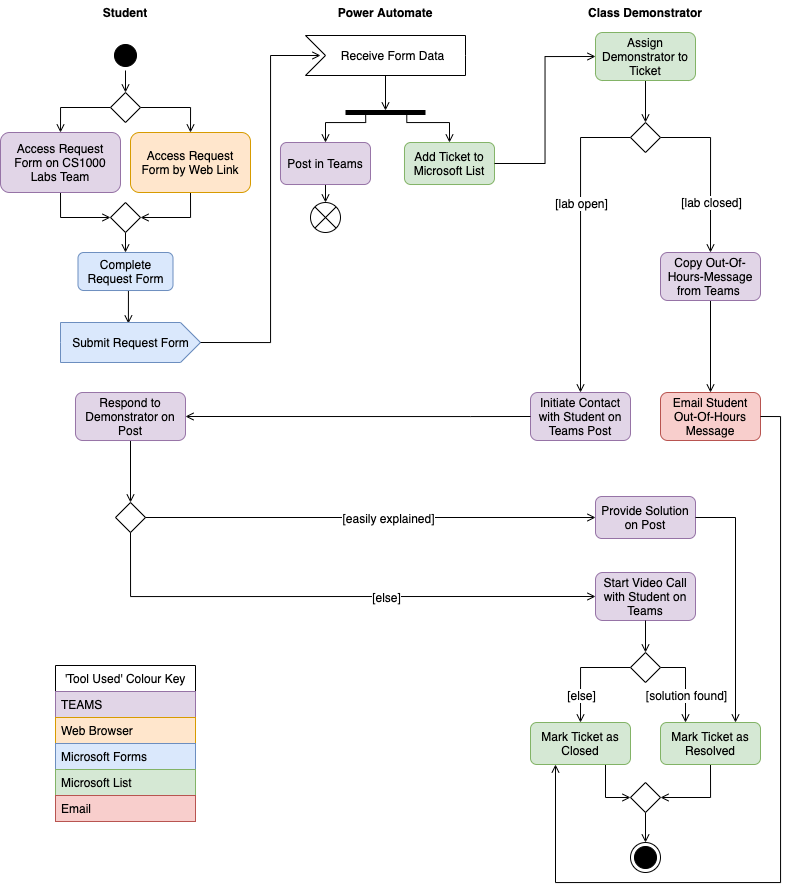
The draw.io diagram 2context/images/activityRevised.png in mrjackmclean/managingLabsWriteUp, before a commit. Source tidied: cells renumbered, new cells last; positions are measured from the earlier drawing's top-left corner, leaving out a move shared by most shapes. Source of this version:
```xml
<mxGraphModel background="#ffffff">
  <root>
    <mxCell id="0" />
    <mxCell id="1" parent="0" />
    <mxCell id="2" value="Student" style="swimlane;whiteSpace=wrap;strokeColor=none;fontSize=12;" parent="1" vertex="1">
      <mxGeometry width="250" height="642" as="geometry" />
    </mxCell>
    <mxCell id="3" style="edgeStyle=orthogonalEdgeStyle;rounded=0;jettySize=auto;html=1;exitX=0.5;exitY=1;exitDx=0;exitDy=0;entryX=0.5;entryY=0;entryDx=0;entryDy=0;endArrow=open;endFill=0;fontSize=12;" parent="2" edge="1" source="4" target="7">
      <mxGeometry relative="1" as="geometry" />
    </mxCell>
    <mxCell id="4" style="ellipse;shape=startState;fillColor=#000000;fontSize=12;" parent="2" vertex="1">
      <mxGeometry x="110" y="40" width="30" height="30" as="geometry" />
    </mxCell>
    <mxCell id="5" style="edgeStyle=orthogonalEdgeStyle;rounded=0;jettySize=auto;html=1;exitX=0;exitY=0.5;exitDx=0;exitDy=0;entryX=0.5;entryY=0;entryDx=0;entryDy=0;endArrow=open;endFill=0;fontSize=12;" parent="2" edge="1" source="7" target="11">
      <mxGeometry relative="1" as="geometry" />
    </mxCell>
    <mxCell id="6" style="edgeStyle=orthogonalEdgeStyle;rounded=0;jettySize=auto;html=1;exitX=1;exitY=0.5;exitDx=0;exitDy=0;entryX=0.5;entryY=0;entryDx=0;entryDy=0;endArrow=open;endFill=0;fontSize=12;" parent="2" edge="1" source="7" target="13">
      <mxGeometry relative="1" as="geometry" />
    </mxCell>
    <mxCell id="7" style="rhombus;fontSize=12;" parent="2" vertex="1">
      <mxGeometry x="110" y="92" width="30" height="30" as="geometry" />
    </mxCell>
    <mxCell id="8" style="edgeStyle=orthogonalEdgeStyle;rounded=0;jettySize=auto;html=1;exitX=0.5;exitY=1;exitDx=0;exitDy=0;entryX=0.485;entryY=0.025;entryDx=0;entryDy=0;entryPerimeter=0;endArrow=open;endFill=0;fontSize=12;" parent="2" edge="1" source="9" target="16">
      <mxGeometry relative="1" as="geometry" />
    </mxCell>
    <mxCell id="9" value="Complete Request Form" style="rounded=1;whiteSpace=wrap;html=1;strokeColor=#6c8ebf;fontSize=12;fillColor=#dae8fc;" parent="2" vertex="1">
      <mxGeometry x="77.5" y="252" width="95" height="38" as="geometry" />
    </mxCell>
    <mxCell id="10" style="edgeStyle=orthogonalEdgeStyle;rounded=0;jettySize=auto;html=1;exitX=0.5;exitY=1;exitDx=0;exitDy=0;entryX=0;entryY=0.5;entryDx=0;entryDy=0;endArrow=open;endFill=0;fontSize=12;" parent="2" edge="1" source="11" target="15">
      <mxGeometry relative="1" as="geometry" />
    </mxCell>
    <mxCell id="11" value="Access Request Form on CS1000 Labs Team" style="rounded=1;whiteSpace=wrap;html=1;strokeColor=#9673a6;fontSize=12;fillColor=#e1d5e7;" parent="2" vertex="1">
      <mxGeometry y="132" width="120" height="60" as="geometry" />
    </mxCell>
    <mxCell id="12" style="edgeStyle=orthogonalEdgeStyle;rounded=0;jettySize=auto;html=1;exitX=0.5;exitY=1;exitDx=0;exitDy=0;entryX=1;entryY=0.5;entryDx=0;entryDy=0;endArrow=open;endFill=0;fontSize=12;" parent="2" edge="1" source="13" target="15">
      <mxGeometry relative="1" as="geometry" />
    </mxCell>
    <mxCell id="13" value="Access Request Form by Web Link" style="rounded=1;whiteSpace=wrap;html=1;strokeColor=#d79b00;fontSize=12;fillColor=#ffe6cc;" parent="2" vertex="1">
      <mxGeometry x="130" y="132" width="120" height="60" as="geometry" />
    </mxCell>
    <mxCell id="14" style="edgeStyle=orthogonalEdgeStyle;rounded=0;jettySize=auto;html=1;exitX=0.5;exitY=1;exitDx=0;exitDy=0;entryX=0.5;entryY=0;entryDx=0;entryDy=0;endArrow=open;endFill=0;fontSize=12;" parent="2" edge="1" source="15" target="9">
      <mxGeometry relative="1" as="geometry" />
    </mxCell>
    <mxCell id="15" style="rhombus;fontSize=12;" parent="2" vertex="1">
      <mxGeometry x="110" y="202" width="30" height="30" as="geometry" />
    </mxCell>
    <mxCell id="16" value="&lt;font style=&quot;font-size: 12px;&quot;&gt;Submit Request Form&lt;/font&gt;" style="html=1;shape=mxgraph.infographic.ribbonSimple;notch1=0;notch2=20;align=center;verticalAlign=middle;fontSize=12;fontStyle=0;fillColor=#dae8fc;strokeColor=#6c8ebf;" parent="2" vertex="1">
      <mxGeometry x="60" y="322" width="140" height="40" as="geometry" />
    </mxCell>
    <mxCell id="17" style="edgeStyle=orthogonalEdgeStyle;rounded=0;jettySize=auto;html=1;exitX=0.5;exitY=1;exitDx=0;exitDy=0;entryX=0.5;entryY=0;entryDx=0;entryDy=0;fontSize=12;startArrow=none;startFill=0;endArrow=open;endFill=0;" parent="2" edge="1" source="18" target="19">
      <mxGeometry relative="1" as="geometry" />
    </mxCell>
    <mxCell id="18" value="Respond to Demonstrator on Post" style="rounded=1;whiteSpace=wrap;html=1;strokeColor=#9673a6;fontSize=12;fillColor=#e1d5e7;" parent="2" vertex="1">
      <mxGeometry x="75" y="392" width="110" height="48" as="geometry" />
    </mxCell>
    <mxCell id="19" style="rhombus;fontSize=12;" parent="2" vertex="1">
      <mxGeometry x="115" y="502" width="30" height="30" as="geometry" />
    </mxCell>
    <mxCell id="20" value="Power Automate" style="swimlane;whiteSpace=wrap;strokeColor=none;fontSize=12;" parent="1" vertex="1">
      <mxGeometry x="260" width="250" height="632" as="geometry" />
    </mxCell>
    <mxCell id="21" value="Receive Form Data" style="html=1;shape=mxgraph.infographic.ribbonSimple;notch1=20;notch2=0;align=center;verticalAlign=middle;fontSize=12;fontStyle=0;fillColor=#FFFFFF;flipH=0;spacingRight=0;spacingLeft=14;" parent="20" vertex="1">
      <mxGeometry x="45" y="35" width="160" height="40" as="geometry" />
    </mxCell>
    <mxCell id="22" style="edgeStyle=orthogonalEdgeStyle;rounded=0;jettySize=auto;html=1;exitX=0.5;exitY=1;exitDx=0;exitDy=0;entryX=0.5;entryY=0;entryDx=0;entryDy=0;startArrow=none;startFill=0;endArrow=open;endFill=0;fontSize=12;" parent="20" edge="1" source="23" target="25">
      <mxGeometry relative="1" as="geometry" />
    </mxCell>
    <mxCell id="23" value="Post in Teams" style="rounded=1;whiteSpace=wrap;html=1;strokeColor=#9673a6;fontSize=12;fillColor=#e1d5e7;" parent="20" vertex="1">
      <mxGeometry x="20" y="142" width="90" height="42" as="geometry" />
    </mxCell>
    <mxCell id="24" value="Add Ticket to Microsoft List" style="rounded=1;whiteSpace=wrap;html=1;strokeColor=#82b366;fontSize=12;fillColor=#d5e8d4;" parent="20" vertex="1">
      <mxGeometry x="144" y="142" width="90" height="42" as="geometry" />
    </mxCell>
    <mxCell id="25" style="shape=sumEllipse;perimeter=ellipsePerimeter;whiteSpace=wrap;html=1;backgroundOutline=1;fontSize=12;" parent="20" vertex="1">
      <mxGeometry x="50" y="202" width="30" height="30" as="geometry" />
    </mxCell>
    <mxCell id="26" style="edgeStyle=orthogonalEdgeStyle;rounded=0;jettySize=auto;html=1;exitX=1;exitY=0.5;exitDx=0;exitDy=0;exitPerimeter=0;endArrow=open;endFill=0;fontSize=12;" parent="1" edge="1" source="16">
      <mxGeometry relative="1" as="geometry">
        <mxPoint x="320" y="55" as="targetPoint" />
        <Array as="points">
          <mxPoint x="270" y="342" />
          <mxPoint x="270" y="55" />
        </Array>
      </mxGeometry>
    </mxCell>
    <mxCell id="27" style="html=1;points=[];perimeter=orthogonalPerimeter;fillColor=#000000;strokeColor=none;rotation=90;fontSize=12;" parent="1" vertex="1">
      <mxGeometry x="382.5" y="72" width="5" height="80" as="geometry" />
    </mxCell>
    <mxCell id="28" style="edgeStyle=orthogonalEdgeStyle;rounded=0;jettySize=auto;html=1;exitX=0;exitY=0;exitDx=80;exitDy=40;exitPerimeter=0;entryX=0.1;entryY=0.5;entryDx=0;entryDy=0;entryPerimeter=0;endArrow=open;endFill=0;fontSize=12;" parent="1" edge="1" source="21" target="27">
      <mxGeometry relative="1" as="geometry" />
    </mxCell>
    <mxCell id="29" style="edgeStyle=orthogonalEdgeStyle;rounded=0;jettySize=auto;html=1;exitX=0.5;exitY=0;exitDx=0;exitDy=0;entryX=1.043;entryY=0.748;entryDx=0;entryDy=0;entryPerimeter=0;endArrow=none;endFill=0;startArrow=open;startFill=0;fontSize=12;" parent="1" edge="1" source="23" target="27">
      <mxGeometry relative="1" as="geometry" />
    </mxCell>
    <mxCell id="30" style="edgeStyle=orthogonalEdgeStyle;rounded=0;jettySize=auto;html=1;exitX=0.5;exitY=0;exitDx=0;exitDy=0;entryX=0.929;entryY=0.234;entryDx=0;entryDy=0;entryPerimeter=0;endArrow=none;endFill=0;startArrow=open;startFill=0;fontSize=12;" parent="1" edge="1" source="24" target="27">
      <mxGeometry relative="1" as="geometry" />
    </mxCell>
    <mxCell id="31" value="Class Demonstrator" style="swimlane;whiteSpace=wrap;strokeColor=none;fontSize=12;" parent="1" vertex="1">
      <mxGeometry x="510" width="270" height="632" as="geometry" />
    </mxCell>
    <mxCell id="32" style="edgeStyle=orthogonalEdgeStyle;rounded=0;jettySize=auto;html=1;exitX=1;exitY=0.5;exitDx=0;exitDy=0;entryX=0.5;entryY=0;entryDx=0;entryDy=0;startArrow=none;startFill=0;endArrow=open;endFill=0;fontSize=12;" parent="31" edge="1" source="36" target="38">
      <mxGeometry x="-0.39" y="18" relative="1" as="geometry">
        <mxPoint x="-8" y="-16" as="offset" />
      </mxGeometry>
    </mxCell>
    <mxCell id="33" value="[lab closed]" style="edgeLabel;html=1;align=center;verticalAlign=middle;fontSize=12;" parent="32" vertex="1">
      <mxGeometry x="0.43" relative="1" as="geometry">
        <mxPoint y="-3" as="offset" />
      </mxGeometry>
    </mxCell>
    <mxCell id="34" style="edgeStyle=orthogonalEdgeStyle;rounded=0;jettySize=auto;html=1;exitX=0;exitY=0.5;exitDx=0;exitDy=0;entryX=0.5;entryY=0;entryDx=0;entryDy=0;startArrow=none;startFill=0;endArrow=open;endFill=0;fontSize=12;" parent="31" edge="1" source="36" target="41">
      <mxGeometry x="-0.67" y="-15" relative="1" as="geometry">
        <mxPoint x="15" y="-14" as="offset" />
      </mxGeometry>
    </mxCell>
    <mxCell id="35" value="[lab open]" style="edgeLabel;html=1;align=center;verticalAlign=middle;fontSize=12;" parent="34" vertex="1">
      <mxGeometry x="-0.24" relative="1" as="geometry" />
    </mxCell>
    <mxCell id="36" style="rhombus;fontSize=12;" parent="31" vertex="1">
      <mxGeometry x="120" y="122" width="30" height="30" as="geometry" />
    </mxCell>
    <mxCell id="37" style="edgeStyle=orthogonalEdgeStyle;rounded=0;jettySize=auto;html=1;exitX=0.5;exitY=1;exitDx=0;exitDy=0;entryX=0.5;entryY=0;entryDx=0;entryDy=0;startArrow=none;startFill=0;endArrow=open;endFill=0;fontSize=12;" parent="31" edge="1" source="38" target="42">
      <mxGeometry relative="1" as="geometry" />
    </mxCell>
    <mxCell id="38" value="Copy Out-Of-Hours-Message from Teams&amp;nbsp;" style="rounded=1;whiteSpace=wrap;html=1;strokeColor=#9673a6;fontSize=12;fillColor=#e1d5e7;" parent="31" vertex="1">
      <mxGeometry x="150" y="252" width="100" height="48" as="geometry" />
    </mxCell>
    <mxCell id="39" style="edgeStyle=orthogonalEdgeStyle;rounded=0;jettySize=auto;html=1;exitX=0.5;exitY=1;exitDx=0;exitDy=0;entryX=0.5;entryY=0;entryDx=0;entryDy=0;startArrow=none;startFill=0;endArrow=open;endFill=0;fontSize=12;" parent="31" edge="1" source="40" target="36">
      <mxGeometry relative="1" as="geometry" />
    </mxCell>
    <mxCell id="40" value="Assign Demonstrator to Ticket" style="rounded=1;whiteSpace=wrap;html=1;strokeColor=#82b366;fontSize=12;fillColor=#d5e8d4;" parent="31" vertex="1">
      <mxGeometry x="85" y="32" width="100" height="48" as="geometry" />
    </mxCell>
    <mxCell id="41" value="Initiate Contact with Student on Teams Post" style="rounded=1;whiteSpace=wrap;html=1;strokeColor=#9673a6;fontSize=12;fillColor=#e1d5e7;" parent="31" vertex="1">
      <mxGeometry x="20" y="392" width="100" height="48" as="geometry" />
    </mxCell>
    <mxCell id="42" value="Email Student Out-Of-Hours Message" style="rounded=1;whiteSpace=wrap;html=1;strokeColor=#b85450;fontSize=12;fillColor=#f8cecc;" parent="31" vertex="1">
      <mxGeometry x="150" y="392" width="100" height="48" as="geometry" />
    </mxCell>
    <mxCell id="43" value="Provide Solution on Post" style="rounded=1;whiteSpace=wrap;html=1;strokeColor=#9673a6;fontSize=12;fillColor=#e1d5e7;" parent="31" vertex="1">
      <mxGeometry x="85" y="496" width="100" height="42" as="geometry" />
    </mxCell>
    <mxCell id="44" value="Start Video Call with Student on Teams" style="rounded=1;whiteSpace=wrap;html=1;strokeColor=#9673a6;fontSize=12;fillColor=#e1d5e7;" parent="31" vertex="1">
      <mxGeometry x="85" y="572" width="100" height="48" as="geometry" />
    </mxCell>
    <mxCell id="45" style="edgeStyle=orthogonalEdgeStyle;rounded=0;jettySize=auto;html=1;exitX=1;exitY=0.5;exitDx=0;exitDy=0;entryX=0;entryY=0.5;entryDx=0;entryDy=0;startArrow=none;startFill=0;endArrow=open;endFill=0;fontSize=12;" parent="1" edge="1" source="24" target="40">
      <mxGeometry relative="1" as="geometry" />
    </mxCell>
    <mxCell id="46" style="edgeStyle=orthogonalEdgeStyle;rounded=0;jettySize=auto;html=1;exitX=0;exitY=0.5;exitDx=0;exitDy=0;entryX=1;entryY=0.5;entryDx=0;entryDy=0;startArrow=none;startFill=0;endArrow=open;endFill=0;fontSize=12;" parent="1" edge="1" source="41" target="18">
      <mxGeometry relative="1" as="geometry">
        <Array as="points">
          <mxPoint x="470" y="416" />
          <mxPoint x="470" y="416" />
        </Array>
      </mxGeometry>
    </mxCell>
    <mxCell id="47" style="edgeStyle=orthogonalEdgeStyle;rounded=0;jettySize=auto;html=1;exitX=0.5;exitY=1;exitDx=0;exitDy=0;entryX=1;entryY=0.5;entryDx=0;entryDy=0;fontSize=12;startArrow=none;startFill=0;endArrow=open;endFill=0;" parent="1" edge="1" source="48" target="64">
      <mxGeometry relative="1" as="geometry" />
    </mxCell>
    <mxCell id="48" value="Mark Ticket as Resolved" style="rounded=1;whiteSpace=wrap;html=1;strokeColor=#82b366;fontSize=12;fillColor=#d5e8d4;" parent="1" vertex="1">
      <mxGeometry x="660" y="722" width="100" height="42" as="geometry" />
    </mxCell>
    <mxCell id="49" style="edgeStyle=orthogonalEdgeStyle;rounded=0;jettySize=auto;html=1;exitX=0.75;exitY=1;exitDx=0;exitDy=0;entryX=0;entryY=0.5;entryDx=0;entryDy=0;fontSize=12;startArrow=none;startFill=0;endArrow=open;endFill=0;" parent="1" edge="1" source="50" target="64">
      <mxGeometry relative="1" as="geometry" />
    </mxCell>
    <mxCell id="50" value="Mark Ticket as Closed" style="rounded=1;whiteSpace=wrap;html=1;strokeColor=#82b366;fontSize=12;fillColor=#d5e8d4;" parent="1" vertex="1">
      <mxGeometry x="530" y="722" width="100" height="42" as="geometry" />
    </mxCell>
    <mxCell id="51" style="edgeStyle=orthogonalEdgeStyle;rounded=0;jettySize=auto;html=1;exitX=1;exitY=0.5;exitDx=0;exitDy=0;entryX=0;entryY=0.5;entryDx=0;entryDy=0;fontSize=12;startArrow=none;startFill=0;endArrow=open;endFill=0;" parent="1" edge="1" source="19" target="43">
      <mxGeometry relative="1" as="geometry" />
    </mxCell>
    <mxCell id="52" value="[easily explained]" style="edgeLabel;html=1;align=center;verticalAlign=middle;fontSize=12;" parent="51" vertex="1">
      <mxGeometry y="1" relative="1" as="geometry">
        <mxPoint x="17" y="1" as="offset" />
      </mxGeometry>
    </mxCell>
    <mxCell id="53" style="edgeStyle=orthogonalEdgeStyle;rounded=0;jettySize=auto;html=1;exitX=0.5;exitY=1;exitDx=0;exitDy=0;entryX=0;entryY=0.5;entryDx=0;entryDy=0;fontSize=12;startArrow=none;startFill=0;endArrow=open;endFill=0;" parent="1" edge="1" source="19" target="44">
      <mxGeometry relative="1" as="geometry" />
    </mxCell>
    <mxCell id="54" value="[else]" style="edgeLabel;html=1;align=center;verticalAlign=middle;fontSize=12;" parent="53" vertex="1">
      <mxGeometry x="0.17" relative="1" as="geometry">
        <mxPoint x="10" as="offset" />
      </mxGeometry>
    </mxCell>
    <mxCell id="55" style="edgeStyle=orthogonalEdgeStyle;rounded=0;jettySize=auto;html=1;exitX=0;exitY=0.5;exitDx=0;exitDy=0;entryX=0.5;entryY=0;entryDx=0;entryDy=0;fontSize=12;startArrow=none;startFill=0;endArrow=open;endFill=0;" parent="1" edge="1" source="59" target="50">
      <mxGeometry relative="1" as="geometry" />
    </mxCell>
    <mxCell id="56" value="[else]" style="edgeLabel;html=1;align=center;verticalAlign=middle;fontSize=12;" parent="55" vertex="1">
      <mxGeometry x="0.47" relative="1" as="geometry" />
    </mxCell>
    <mxCell id="57" style="edgeStyle=orthogonalEdgeStyle;rounded=0;jettySize=auto;html=1;exitX=1;exitY=0.5;exitDx=0;exitDy=0;entryX=0.25;entryY=0;entryDx=0;entryDy=0;fontSize=12;startArrow=none;startFill=0;endArrow=open;endFill=0;" parent="1" edge="1" source="59" target="48">
      <mxGeometry relative="1" as="geometry" />
    </mxCell>
    <mxCell id="58" value="[solution found]" style="edgeLabel;html=1;align=center;verticalAlign=middle;fontSize=12;" parent="57" vertex="1">
      <mxGeometry x="0.31" relative="1" as="geometry">
        <mxPoint y="-1" as="offset" />
      </mxGeometry>
    </mxCell>
    <mxCell id="59" style="rhombus;fontSize=12;" parent="1" vertex="1">
      <mxGeometry x="630" y="652" width="30" height="30" as="geometry" />
    </mxCell>
    <mxCell id="60" style="edgeStyle=orthogonalEdgeStyle;rounded=0;jettySize=auto;html=1;exitX=0.5;exitY=1;exitDx=0;exitDy=0;entryX=0.5;entryY=0;entryDx=0;entryDy=0;fontSize=12;startArrow=none;startFill=0;endArrow=open;endFill=0;" parent="1" edge="1" source="44" target="59">
      <mxGeometry relative="1" as="geometry" />
    </mxCell>
    <mxCell id="61" style="edgeStyle=orthogonalEdgeStyle;rounded=0;jettySize=auto;html=1;exitX=1;exitY=0.5;exitDx=0;exitDy=0;entryX=0.75;entryY=0;entryDx=0;entryDy=0;fontSize=12;startArrow=none;startFill=0;endArrow=open;endFill=0;" parent="1" edge="1" source="43" target="48">
      <mxGeometry relative="1" as="geometry" />
    </mxCell>
    <mxCell id="62" style="edgeStyle=orthogonalEdgeStyle;rounded=0;jettySize=auto;html=1;exitX=1;exitY=0.5;exitDx=0;exitDy=0;entryX=0.25;entryY=1;entryDx=0;entryDy=0;fontSize=12;startArrow=none;startFill=0;endArrow=open;endFill=0;" parent="1" edge="1" source="42" target="50">
      <mxGeometry relative="1" as="geometry">
        <Array as="points">
          <mxPoint x="780" y="416" />
          <mxPoint x="780" y="882" />
          <mxPoint x="555" y="882" />
        </Array>
      </mxGeometry>
    </mxCell>
    <mxCell id="63" style="edgeStyle=orthogonalEdgeStyle;rounded=0;jettySize=auto;html=1;exitX=0.5;exitY=1;exitDx=0;exitDy=0;entryX=0.5;entryY=0;entryDx=0;entryDy=0;fontSize=12;startArrow=none;startFill=0;endArrow=open;endFill=0;" parent="1" edge="1" source="64" target="65">
      <mxGeometry relative="1" as="geometry" />
    </mxCell>
    <mxCell id="64" style="rhombus;fontSize=12;" parent="1" vertex="1">
      <mxGeometry x="630" y="782" width="30" height="30" as="geometry" />
    </mxCell>
    <mxCell id="65" style="ellipse;html=1;shape=endState;fillColor=#000000;strokeColor=#000000;fontSize=12;" parent="1" vertex="1">
      <mxGeometry x="630" y="842" width="30" height="30" as="geometry" />
    </mxCell>
    <mxCell id="66" value="'Tool Used' Colour Key" style="swimlane;fontStyle=0;horizontal=1;startSize=26;fontSize=12;" parent="1" vertex="1">
      <mxGeometry x="55" y="665" width="140" height="156" as="geometry" />
    </mxCell>
    <mxCell id="67" value="TEAMS" style="text;align=left;verticalAlign=top;spacingLeft=4;spacingRight=4;overflow=hidden;labelBackgroundColor=none;fillColor=#e1d5e7;strokeColor=#9673a6;" parent="66" vertex="1">
      <mxGeometry y="26" width="140" height="26" as="geometry" />
    </mxCell>
    <mxCell id="68" value="Web Browser" style="text;strokeColor=#d79b00;fillColor=#ffe6cc;align=left;verticalAlign=top;spacingLeft=4;spacingRight=4;overflow=hidden;" parent="66" vertex="1">
      <mxGeometry y="52" width="140" height="26" as="geometry" />
    </mxCell>
    <mxCell id="69" value="Microsoft Forms" style="text;strokeColor=#6c8ebf;fillColor=#dae8fc;align=left;verticalAlign=top;spacingLeft=4;spacingRight=4;overflow=hidden;" parent="66" vertex="1">
      <mxGeometry y="78" width="140" height="26" as="geometry" />
    </mxCell>
    <mxCell id="70" value="Microsoft List" style="text;strokeColor=#82b366;fillColor=#d5e8d4;align=left;verticalAlign=top;spacingLeft=4;spacingRight=4;overflow=hidden;" parent="66" vertex="1">
      <mxGeometry y="104" width="140" height="26" as="geometry" />
    </mxCell>
    <mxCell id="71" value="Email" style="text;strokeColor=#b85450;fillColor=#f8cecc;align=left;verticalAlign=top;spacingLeft=4;spacingRight=4;overflow=hidden;" parent="66" vertex="1">
      <mxGeometry y="130" width="140" height="26" as="geometry" />
    </mxCell>
  </root>
</mxGraphModel>
```
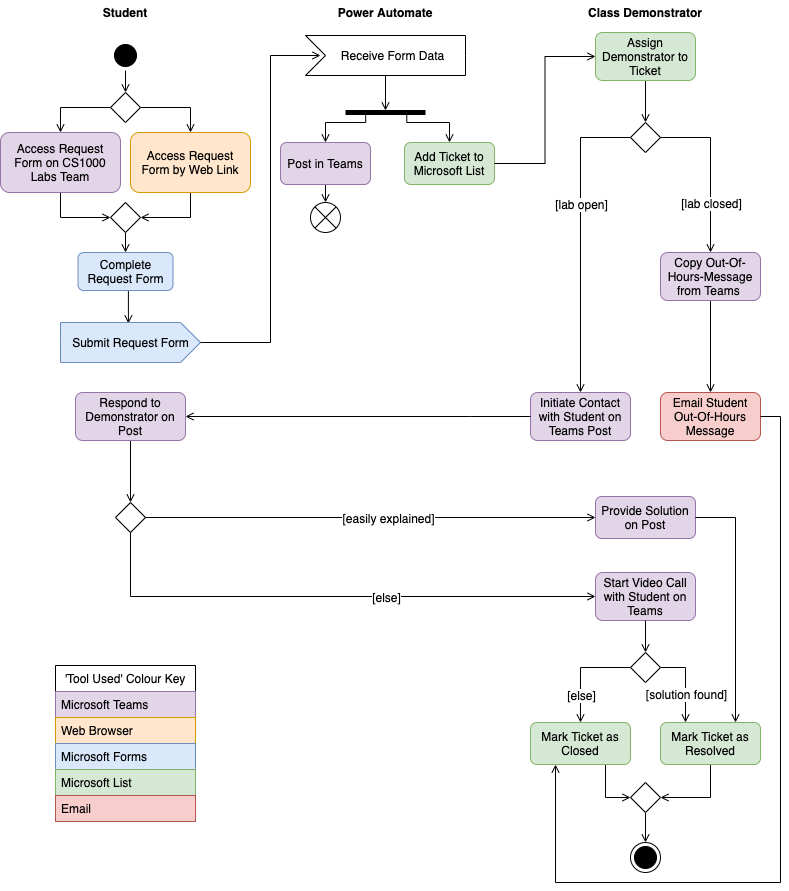
Later version of the same file.

What changed in the source:
```diff
@@ -226,7 +226,7 @@
     <mxCell id="66" value="'Tool Used' Colour Key" style="swimlane;fontStyle=0;horizontal=1;startSize=26;fontSize=12;" parent="1" vertex="1">
       <mxGeometry x="55" y="665" width="140" height="156" as="geometry" />
     </mxCell>
-    <mxCell id="67" value="TEAMS" style="text;align=left;verticalAlign=top;spacingLeft=4;spacingRight=4;overflow=hidden;labelBackgroundColor=none;fillColor=#e1d5e7;strokeColor=#9673a6;" parent="66" vertex="1">
+    <mxCell id="67" value="Microsoft Teams" style="text;align=left;verticalAlign=top;spacingLeft=4;spacingRight=4;overflow=hidden;labelBackgroundColor=none;fillColor=#e1d5e7;strokeColor=#9673a6;" parent="66" vertex="1">
       <mxGeometry y="26" width="140" height="26" as="geometry" />
     </mxCell>
     <mxCell id="68" value="Web Browser" style="text;strokeColor=#d79b00;fillColor=#ffe6cc;align=left;verticalAlign=top;spacingLeft=4;spacingRight=4;overflow=hidden;" parent="66" vertex="1">
```
